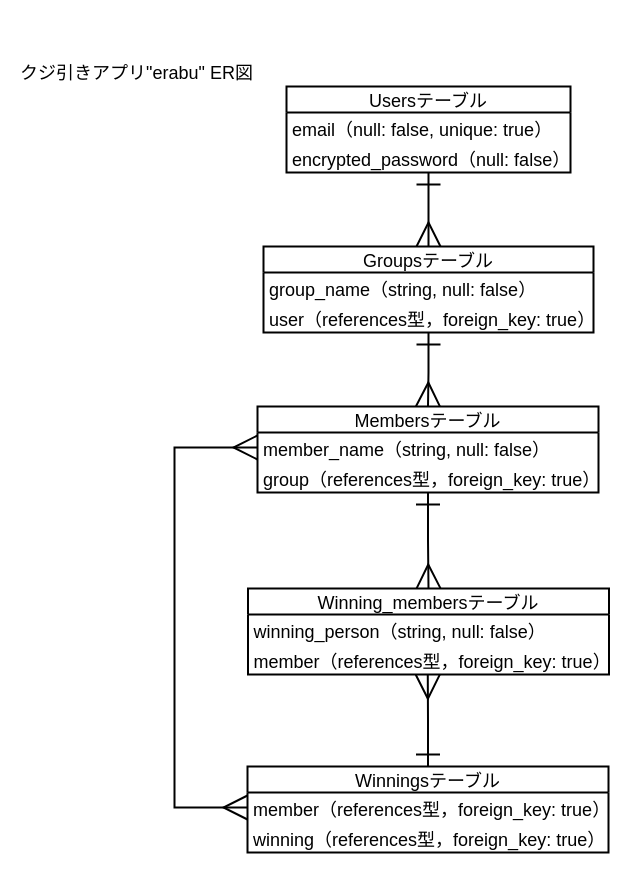
Before: ER-diagram.dio in Hammer0369/erabu, a draw.io diagram. Source tidied: cells renumbered, new cells numbered last; positions are measured from the earlier drawing's top-left corner, leaving out a move shared by most shapes. Both pictures are drawn from the tidied source at 100%, with x=0, y=0 at pixel (16, 56).
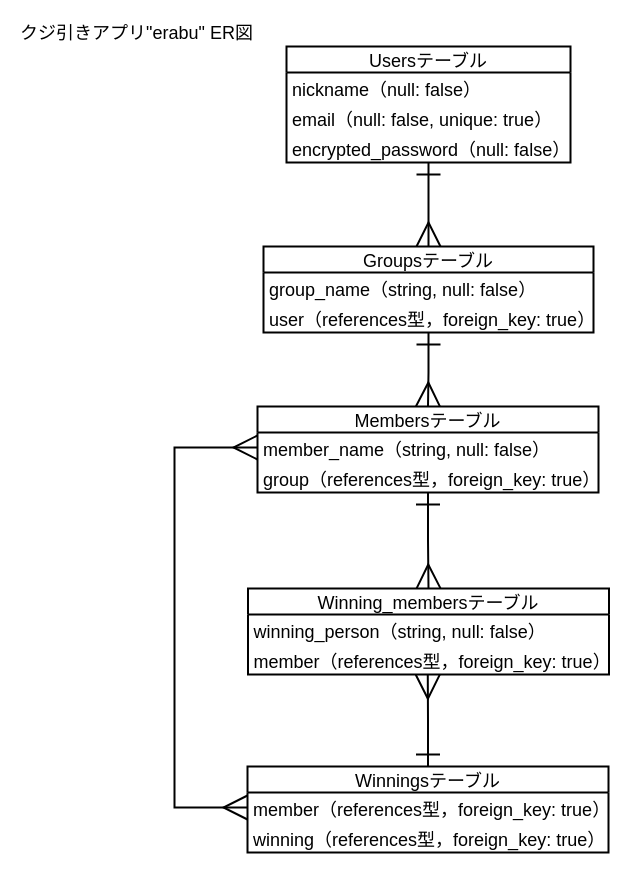
Above is the later version.

Diff of the diagram source:
```diff
@@
     <mxCell id="3" value="Usersテーブル" style="swimlane;fontStyle=0;horizontal=1;startSize=26;align=center;fontSize=18;strokeWidth=2;" parent="1" vertex="1">
-      <mxGeometry x="270" y="30" width="284" height="86" as="geometry" />
+      <mxGeometry x="270" y="-10" width="284" height="116" as="geometry" />
     </mxCell>
+    <mxCell id="23" value="nickname（null: false）" style="text;strokeColor=none;fillColor=none;spacingLeft=4;spacingRight=4;overflow=hidden;fontSize=18;strokeWidth=2;" parent="3" vertex="1">
+      <mxGeometry y="26" width="284" height="30" as="geometry" />
+    </mxCell>
     <mxCell id="4" value="email（null: false, unique: true）" style="text;strokeColor=none;fillColor=none;spacingLeft=4;spacingRight=4;overflow=hidden;fontSize=18;strokeWidth=2;" parent="3" vertex="1">
-      <mxGeometry y="26" width="284" height="30" as="geometry" />
+      <mxGeometry y="56" width="284" height="30" as="geometry" />
     </mxCell>
     <mxCell id="5" value="encrypted_password（null: false）" style="text;strokeColor=none;fillColor=none;spacingLeft=4;spacingRight=4;overflow=hidden;fontSize=18;strokeWidth=2;" parent="3" vertex="1">
-      <mxGeometry y="56" width="284" height="30" as="geometry" />
+      <mxGeometry y="86" width="284" height="30" as="geometry" />
     </mxCell>
     <mxCell id="6" value="クジ引きアプリ&quot;erabu&quot; ER図" style="text;strokeColor=none;fillColor=none;spacingLeft=4;spacingRight=4;overflow=hidden;fontSize=18;strokeWidth=2;align=center;verticalAlign=middle;" parent="1" vertex="1">
-      <mxGeometry width="241" height="30" as="geometry" />
+      <mxGeometry y="-40" width="241" height="30" as="geometry" />
     </mxCell>
```
